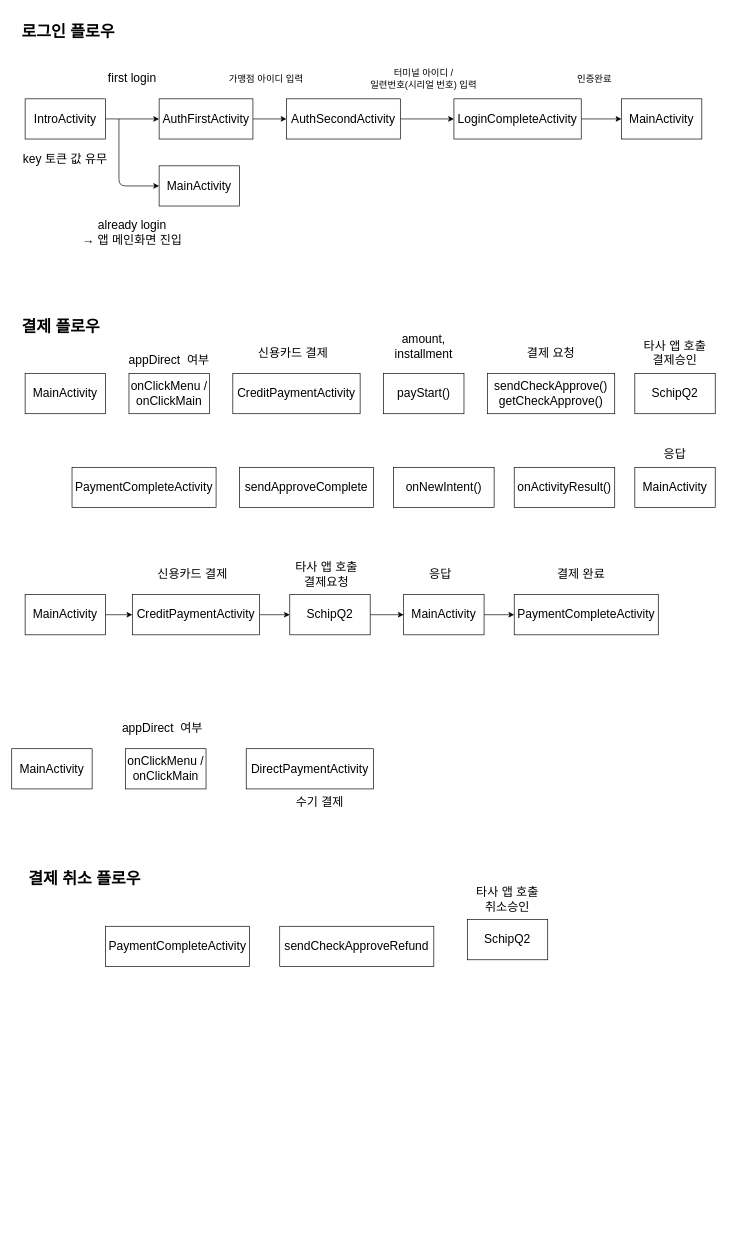
Above: Draw/flow20201124.drawio in alsoscope/TIL (draw.io), before the change. Source tidied: cells renumbered, new cells numbered last; positions are measured from the earlier drawing's top-left corner, leaving out a move shared by most shapes. Both pictures are drawn from the tidied source at 67%, with x=0, y=0 at pixel (11, 18).
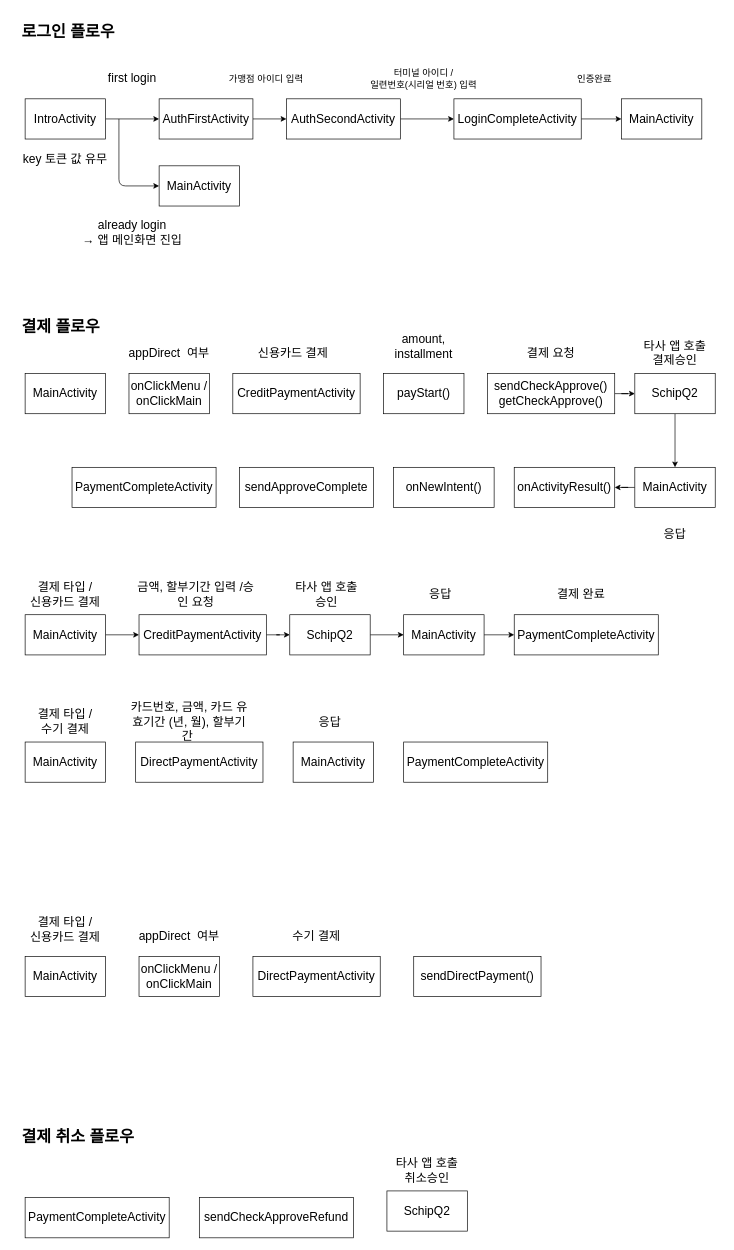
Above is the later version.

Unchanged cells that the change refers to:
```xml
<mxCell id="30" value="&lt;font style=&quot;font-size: 18px&quot;&gt;sendCheckApprove()&lt;br&gt;getCheckApprove()&lt;br&gt;&lt;/font&gt;" style="rounded=0;whiteSpace=wrap;html=1;" parent="1" vertex="1">
  <mxGeometry x="710" y="530" width="190" height="60" as="geometry" />
</mxCell>
<mxCell id="31" value="&lt;font style=&quot;font-size: 18px&quot;&gt;SchipQ2&lt;/font&gt;" style="rounded=0;whiteSpace=wrap;html=1;" parent="1" vertex="1">
  <mxGeometry x="930" y="530" width="120" height="60" as="geometry" />
</mxCell>
<mxCell id="32" value="&lt;font style=&quot;font-size: 18px&quot;&gt;onActivityResult()&lt;br&gt;&lt;/font&gt;" style="rounded=0;whiteSpace=wrap;html=1;" parent="1" vertex="1">
  <mxGeometry x="750" y="670" width="150" height="60" as="geometry" />
</mxCell>
<mxCell id="33" value="&lt;font style=&quot;font-size: 18px&quot;&gt;MainActivity&lt;/font&gt;" style="rounded=0;whiteSpace=wrap;html=1;" parent="1" vertex="1">
  <mxGeometry x="930" y="670" width="120" height="60" as="geometry" />
</mxCell>
```

The edit, as a diff of the source:
```diff
@@
     <mxCell id="24" value="&lt;font style=&quot;font-size: 18px&quot;&gt;DirectPaymentActivity&lt;br&gt;&lt;/font&gt;" style="rounded=0;whiteSpace=wrap;html=1;" parent="1" vertex="1">
-      <mxGeometry x="350" y="1090" width="190" height="60" as="geometry" />
+      <mxGeometry x="360" y="1400" width="190" height="60" as="geometry" />
     </mxCell>
     <mxCell id="25" value="&lt;span style=&quot;font-size: 18px&quot;&gt;appDirect&amp;nbsp; 여부&lt;/span&gt;" style="text;html=1;strokeColor=none;fillColor=none;align=center;verticalAlign=middle;whiteSpace=wrap;rounded=0;" parent="1" vertex="1">
-      <mxGeometry x="165" y="490" width="140" height="40" as="geometry" />
+      <mxGeometry x="165" y="480" width="140" height="40" as="geometry" />
     </mxCell>
@@
     <mxCell id="27" value="&lt;span style=&quot;font-size: 18px&quot;&gt;수기 결제&lt;/span&gt;" style="text;html=1;strokeColor=none;fillColor=none;align=center;verticalAlign=middle;whiteSpace=wrap;rounded=0;" parent="1" vertex="1">
-      <mxGeometry x="390" y="1150" width="140" height="40" as="geometry" />
+      <mxGeometry x="385" y="1350" width="140" height="40" as="geometry" />
     </mxCell>
@@
+    <mxCell id="61" style="edgeStyle=orthogonalEdgeStyle;rounded=0;jettySize=auto;html=1;" parent="1" edge="1" source="30" target="31">
+      <mxGeometry relative="1" as="geometry" />
+    </mxCell>
@@
+    <mxCell id="62" style="edgeStyle=orthogonalEdgeStyle;rounded=0;jettySize=auto;html=1;" parent="1" edge="1" source="31" target="33">
+      <mxGeometry relative="1" as="geometry" />
+    </mxCell>
@@
+    <mxCell id="63" style="edgeStyle=orthogonalEdgeStyle;rounded=0;jettySize=auto;html=1;" parent="1" edge="1" source="33" target="32">
+      <mxGeometry relative="1" as="geometry" />
+    </mxCell>
@@
     <mxCell id="36" value="&lt;span style=&quot;font-size: 18px&quot;&gt;응답&lt;/span&gt;" style="text;html=1;strokeColor=none;fillColor=none;align=center;verticalAlign=middle;whiteSpace=wrap;rounded=0;" parent="1" vertex="1">
-      <mxGeometry x="920" y="630" width="140" height="40" as="geometry" />
+      <mxGeometry x="920" y="750" width="140" height="40" as="geometry" />
     </mxCell>
@@
     <mxCell id="38" value="&lt;font style=&quot;font-size: 18px&quot;&gt;PaymentCompleteActivity&lt;br&gt;&lt;/font&gt;" style="rounded=0;whiteSpace=wrap;html=1;" parent="1" vertex="1">
-      <mxGeometry x="140" y="1355" width="215" height="60" as="geometry" />
+      <mxGeometry x="20" y="1760" width="215" height="60" as="geometry" />
     </mxCell>
     <mxCell id="39" value="&lt;font style=&quot;font-size: 18px&quot;&gt;sendCheckApproveRefund&lt;/font&gt;" style="rounded=0;whiteSpace=wrap;html=1;" parent="1" vertex="1">
-      <mxGeometry x="400" y="1355" width="230" height="60" as="geometry" />
+      <mxGeometry x="280" y="1760" width="230" height="60" as="geometry" />
     </mxCell>
     <mxCell id="40" value="&lt;h1&gt;결제 취소 플로우&lt;/h1&gt;" style="text;html=1;strokeColor=none;fillColor=none;spacing=5;spacingTop=-20;whiteSpace=wrap;overflow=hidden;rounded=0;" parent="1" vertex="1">
-      <mxGeometry x="20" y="1265" width="200" height="40" as="geometry" />
+      <mxGeometry x="10" y="1650" width="200" height="40" as="geometry" />
     </mxCell>
     <mxCell id="41" value="&lt;font style=&quot;font-size: 18px&quot;&gt;SchipQ2&lt;/font&gt;" style="rounded=0;whiteSpace=wrap;html=1;" parent="1" vertex="1">
-      <mxGeometry x="680" y="1345" width="120" height="60" as="geometry" />
+      <mxGeometry x="560" y="1750" width="120" height="60" as="geometry" />
     </mxCell>
     <mxCell id="42" value="&lt;span style=&quot;font-size: 18px&quot;&gt;타사 앱 호출&lt;br&gt;취소승인&lt;br&gt;&lt;/span&gt;" style="text;html=1;strokeColor=none;fillColor=none;align=center;verticalAlign=middle;whiteSpace=wrap;rounded=0;" parent="1" vertex="1">
-      <mxGeometry x="670" y="1295" width="140" height="40" as="geometry" />
+      <mxGeometry x="550" y="1700" width="140" height="40" as="geometry" />
     </mxCell>
@@
     <mxCell id="45" value="&lt;font style=&quot;font-size: 18px&quot;&gt;MainActivity&lt;/font&gt;" style="rounded=0;whiteSpace=wrap;html=1;" parent="1" vertex="1">
-      <mxGeometry y="1090" width="120" height="60" as="geometry" />
+      <mxGeometry x="20" y="1400" width="120" height="60" as="geometry" />
     </mxCell>
     <mxCell id="46" value="&lt;font style=&quot;font-size: 18px&quot;&gt;onClickMenu /&lt;br&gt;onClickMain&lt;br&gt;&lt;/font&gt;" style="rounded=0;whiteSpace=wrap;html=1;" parent="1" vertex="1">
-      <mxGeometry x="170" y="1090" width="120" height="60" as="geometry" />
+      <mxGeometry x="190" y="1400" width="120" height="60" as="geometry" />
     </mxCell>
     <mxCell id="47" value="&lt;span style=&quot;font-size: 18px&quot;&gt;appDirect&amp;nbsp; 여부&lt;/span&gt;" style="text;html=1;strokeColor=none;fillColor=none;align=center;verticalAlign=middle;whiteSpace=wrap;rounded=0;" parent="1" vertex="1">
-      <mxGeometry x="155" y="1040" width="140" height="40" as="geometry" />
+      <mxGeometry x="180" y="1350" width="140" height="40" as="geometry" />
     </mxCell>
@@
     <mxCell id="49" value="&lt;font style=&quot;font-size: 18px&quot;&gt;MainActivity&lt;/font&gt;" style="rounded=0;whiteSpace=wrap;html=1;" parent="1" vertex="1">
-      <mxGeometry x="20" y="860" width="120" height="60" as="geometry" />
+      <mxGeometry x="20" y="890" width="120" height="60" as="geometry" />
     </mxCell>
@@
     <mxCell id="51" value="&lt;font style=&quot;font-size: 18px&quot;&gt;CreditPaymentActivity&lt;br&gt;&lt;/font&gt;" style="rounded=0;whiteSpace=wrap;html=1;" parent="1" vertex="1">
-      <mxGeometry x="180" y="860" width="190" height="60" as="geometry" />
+      <mxGeometry x="190" y="890" width="190" height="60" as="geometry" />
     </mxCell>
-    <mxCell id="52" value="&lt;span style=&quot;font-size: 18px&quot;&gt;신용카드 결제&lt;/span&gt;" style="text;html=1;strokeColor=none;fillColor=none;align=center;verticalAlign=middle;whiteSpace=wrap;rounded=0;" parent="1" vertex="1">
-      <mxGeometry x="200" y="810" width="140" height="40" as="geometry" />
+    <mxCell id="52" value="&lt;span style=&quot;font-size: 18px&quot;&gt;금액, 할부기간 입력 /승인 요청&lt;/span&gt;" style="text;html=1;strokeColor=none;fillColor=none;align=center;verticalAlign=middle;whiteSpace=wrap;rounded=0;" parent="1" vertex="1">
+      <mxGeometry x="185" y="840" width="180" height="40" as="geometry" />
     </mxCell>
@@
     <mxCell id="54" value="&lt;font style=&quot;font-size: 18px&quot;&gt;SchipQ2&lt;/font&gt;" style="rounded=0;whiteSpace=wrap;html=1;" parent="1" vertex="1">
-      <mxGeometry x="415" y="860" width="120" height="60" as="geometry" />
+      <mxGeometry x="415" y="890" width="120" height="60" as="geometry" />
     </mxCell>
@@
     <mxCell id="56" value="&lt;font style=&quot;font-size: 18px&quot;&gt;MainActivity&lt;/font&gt;" style="rounded=0;whiteSpace=wrap;html=1;" parent="1" vertex="1">
-      <mxGeometry x="585" y="860" width="120" height="60" as="geometry" />
+      <mxGeometry x="585" y="890" width="120" height="60" as="geometry" />
     </mxCell>
-    <mxCell id="57" value="&lt;span style=&quot;font-size: 18px&quot;&gt;타사 앱 호출&lt;br&gt;결제요청&lt;br&gt;&lt;/span&gt;" style="text;html=1;strokeColor=none;fillColor=none;align=center;verticalAlign=middle;whiteSpace=wrap;rounded=0;" parent="1" vertex="1">
-      <mxGeometry x="400" y="810" width="140" height="40" as="geometry" />
+    <mxCell id="57" value="&lt;span style=&quot;font-size: 18px&quot;&gt;타사 앱 호출&lt;br&gt;승인&lt;br&gt;&lt;/span&gt;" style="text;html=1;strokeColor=none;fillColor=none;align=center;verticalAlign=middle;whiteSpace=wrap;rounded=0;" parent="1" vertex="1">
+      <mxGeometry x="400" y="840" width="140" height="40" as="geometry" />
     </mxCell>
     <mxCell id="58" value="&lt;span style=&quot;font-size: 18px&quot;&gt;응답&lt;/span&gt;" style="text;html=1;strokeColor=none;fillColor=none;align=center;verticalAlign=middle;whiteSpace=wrap;rounded=0;" parent="1" vertex="1">
-      <mxGeometry x="570" y="810" width="140" height="40" as="geometry" />
+      <mxGeometry x="570" y="840" width="140" height="40" as="geometry" />
     </mxCell>
     <mxCell id="59" value="&lt;font style=&quot;font-size: 18px&quot;&gt;PaymentCompleteActivity&lt;br&gt;&lt;/font&gt;" style="rounded=0;whiteSpace=wrap;html=1;" parent="1" vertex="1">
-      <mxGeometry x="750" y="860" width="215" height="60" as="geometry" />
+      <mxGeometry x="750" y="890" width="215" height="60" as="geometry" />
     </mxCell>
     <mxCell id="60" value="&lt;span style=&quot;font-size: 18px&quot;&gt;결제 완료&lt;/span&gt;" style="text;html=1;strokeColor=none;fillColor=none;align=center;verticalAlign=middle;whiteSpace=wrap;rounded=0;" parent="1" vertex="1">
-      <mxGeometry x="780" y="810" width="140" height="40" as="geometry" />
+      <mxGeometry x="780" y="840" width="140" height="40" as="geometry" />
     </mxCell>
+    <mxCell id="64" value="&lt;span style=&quot;font-size: 18px&quot;&gt;결제 타입 / &lt;br&gt;신용카드 결제&lt;/span&gt;" style="text;html=1;strokeColor=none;fillColor=none;align=center;verticalAlign=middle;whiteSpace=wrap;rounded=0;" parent="1" vertex="1">
+      <mxGeometry x="10" y="840" width="140" height="40" as="geometry" />
+    </mxCell>
+    <mxCell id="65" style="edgeStyle=orthogonalEdgeStyle;rounded=0;orthogonalLoop=1;jettySize=auto;html=1;exitX=0.5;exitY=1;exitDx=0;exitDy=0;" parent="1" edge="1" source="52" target="52">
+      <mxGeometry relative="1" as="geometry" />
+    </mxCell>
+    <mxCell id="66" value="&lt;span style=&quot;font-size: 18px&quot;&gt;결제 타입 / &lt;br&gt;신용카드 결제&lt;/span&gt;" style="text;html=1;strokeColor=none;fillColor=none;align=center;verticalAlign=middle;whiteSpace=wrap;rounded=0;" parent="1" vertex="1">
+      <mxGeometry x="10" y="1340" width="140" height="40" as="geometry" />
+    </mxCell>
+    <mxCell id="67" value="&lt;font style=&quot;font-size: 18px&quot;&gt;DirectPaymentActivity&lt;br&gt;&lt;/font&gt;" style="rounded=0;whiteSpace=wrap;html=1;" parent="1" vertex="1">
+      <mxGeometry x="185" y="1080" width="190" height="60" as="geometry" />
+    </mxCell>
+    <mxCell id="68" value="&lt;font style=&quot;font-size: 18px&quot;&gt;MainActivity&lt;/font&gt;" style="rounded=0;whiteSpace=wrap;html=1;" parent="1" vertex="1">
+      <mxGeometry x="20" y="1080" width="120" height="60" as="geometry" />
+    </mxCell>
+    <mxCell id="69" value="&lt;span style=&quot;font-size: 18px&quot;&gt;결제 타입 / &lt;br&gt;수기 결제&lt;/span&gt;" style="text;html=1;strokeColor=none;fillColor=none;align=center;verticalAlign=middle;whiteSpace=wrap;rounded=0;" parent="1" vertex="1">
+      <mxGeometry x="10" y="1030" width="140" height="40" as="geometry" />
+    </mxCell>
+    <mxCell id="70" value="&lt;span style=&quot;font-size: 18px&quot;&gt;카드번호, 금액, 카드 유효기간 (년, 월), 할부기간&amp;nbsp;&lt;/span&gt;" style="text;html=1;strokeColor=none;fillColor=none;align=center;verticalAlign=middle;whiteSpace=wrap;rounded=0;" parent="1" vertex="1">
+      <mxGeometry x="175" y="1030" width="180" height="40" as="geometry" />
+    </mxCell>
+    <mxCell id="71" value="&lt;font style=&quot;font-size: 18px&quot;&gt;sendDirectPayment()&lt;br&gt;&lt;/font&gt;" style="rounded=0;whiteSpace=wrap;html=1;" parent="1" vertex="1">
+      <mxGeometry x="600" y="1400" width="190" height="60" as="geometry" />
+    </mxCell>
+    <mxCell id="72" value="&lt;font style=&quot;font-size: 18px&quot;&gt;PaymentCompleteActivity&lt;br&gt;&lt;/font&gt;" style="rounded=0;whiteSpace=wrap;html=1;" parent="1" vertex="1">
+      <mxGeometry x="585" y="1080" width="215" height="60" as="geometry" />
+    </mxCell>
+    <mxCell id="73" value="&lt;font style=&quot;font-size: 18px&quot;&gt;MainActivity&lt;/font&gt;" style="rounded=0;whiteSpace=wrap;html=1;" parent="1" vertex="1">
+      <mxGeometry x="420" y="1080" width="120" height="60" as="geometry" />
+    </mxCell>
+    <mxCell id="74" value="&lt;span style=&quot;font-size: 18px&quot;&gt;응답&lt;/span&gt;" style="text;html=1;strokeColor=none;fillColor=none;align=center;verticalAlign=middle;whiteSpace=wrap;rounded=0;" parent="1" vertex="1">
+      <mxGeometry x="405" y="1030" width="140" height="40" as="geometry" />
+    </mxCell>
```
